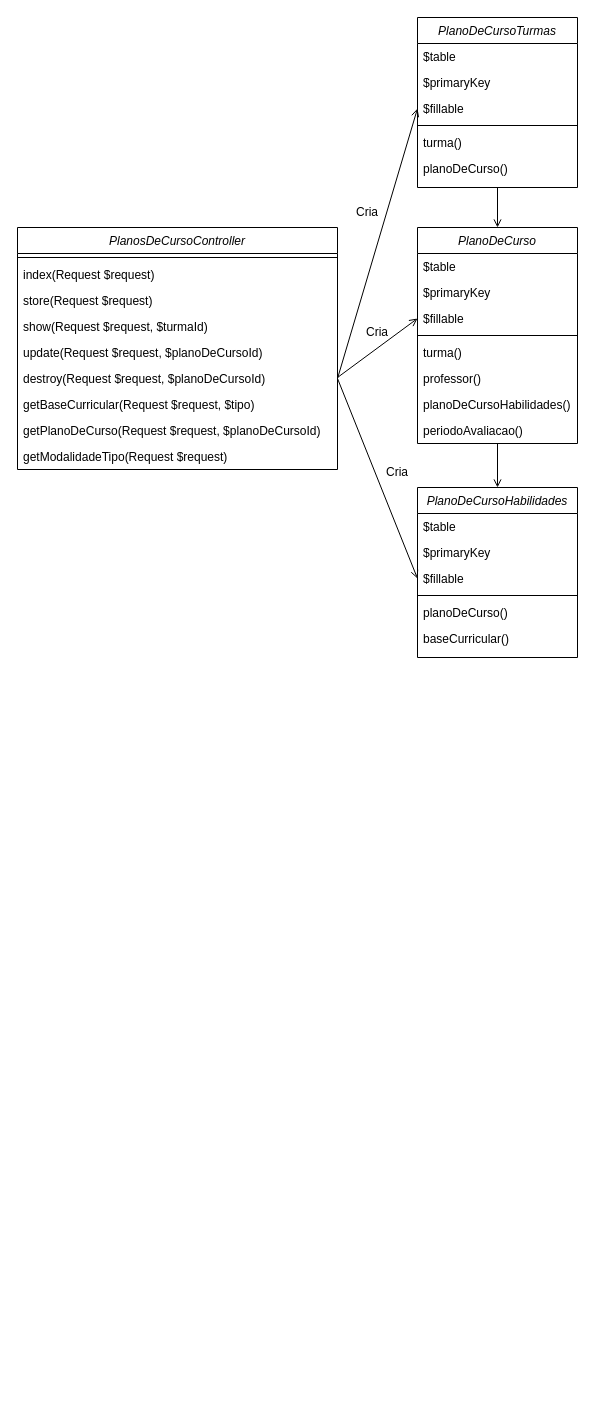
Above: diagrama de classes.drawio in DjalmaANeto/modelagem-planos-de-curso-aula (draw.io), before the change. Source tidied: cells renumbered, new cells numbered last; positions are measured from the earlier drawing's top-left corner, leaving out a move shared by most shapes. Both pictures are drawn from the tidied source at 100%, with x=0, y=0 at pixel (17, 17).
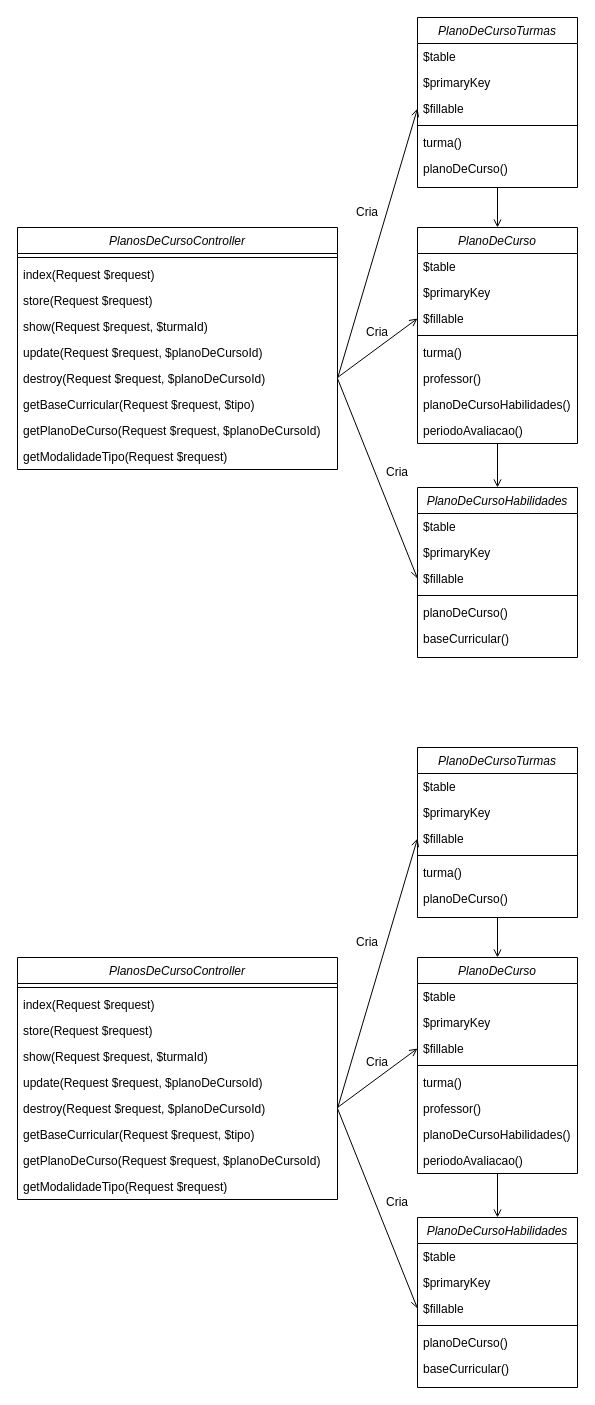
The same page after the edit.

Change to the diagram source:
```diff
@@
+    <mxCell id="43" value="PlanosDeCursoController" style="swimlane;fontStyle=2;align=center;verticalAlign=top;horizontal=1;startSize=26;rounded=0;shadow=0;strokeWidth=1;" parent="1" vertex="1">
+      <mxGeometry y="940" width="320" height="242" as="geometry" />
+    </mxCell>
+    <mxCell id="44" style="line;html=1;strokeWidth=1;align=left;verticalAlign=middle;spacingTop=-1;spacingLeft=3;spacingRight=3;labelPosition=right;" parent="43" vertex="1">
+      <mxGeometry y="26" width="320" height="8" as="geometry" />
+    </mxCell>
+    <mxCell id="45" value="index(Request $request)" style="text;align=left;verticalAlign=top;spacingLeft=4;spacingRight=4;overflow=hidden;" parent="43" vertex="1">
+      <mxGeometry y="34" width="320" height="26" as="geometry" />
+    </mxCell>
+    <mxCell id="46" value="store(Request $request)" style="text;align=left;verticalAlign=top;spacingLeft=4;spacingRight=4;overflow=hidden;" parent="43" vertex="1">
+      <mxGeometry y="60" width="320" height="26" as="geometry" />
+    </mxCell>
+    <mxCell id="47" value="show(Request $request, $turmaId)" style="text;align=left;verticalAlign=top;spacingLeft=4;spacingRight=4;overflow=hidden;" parent="43" vertex="1">
+      <mxGeometry y="86" width="320" height="26" as="geometry" />
+    </mxCell>
+    <mxCell id="48" value="update(Request $request, $planoDeCursoId)" style="text;align=left;verticalAlign=top;spacingLeft=4;spacingRight=4;overflow=hidden;" parent="43" vertex="1">
+      <mxGeometry y="112" width="320" height="26" as="geometry" />
+    </mxCell>
+    <mxCell id="49" value="destroy(Request $request, $planoDeCursoId)" style="text;align=left;verticalAlign=top;spacingLeft=4;spacingRight=4;overflow=hidden;points=[[0,0.5],[1,0.5]];portConstraint=eastwest;" parent="43" vertex="1">
+      <mxGeometry y="138" width="320" height="26" as="geometry" />
+    </mxCell>
+    <mxCell id="50" value="getBaseCurricular(Request $request, $tipo)" style="text;align=left;verticalAlign=top;spacingLeft=4;spacingRight=4;overflow=hidden;" parent="43" vertex="1">
+      <mxGeometry y="164" width="320" height="26" as="geometry" />
+    </mxCell>
+    <mxCell id="51" value="getPlanoDeCurso(Request $request, $planoDeCursoId)" style="text;align=left;verticalAlign=top;spacingLeft=4;spacingRight=4;overflow=hidden;" parent="43" vertex="1">
+      <mxGeometry y="190" width="320" height="26" as="geometry" />
+    </mxCell>
+    <mxCell id="52" value="getModalidadeTipo(Request $request)" style="text;align=left;verticalAlign=top;spacingLeft=4;spacingRight=4;overflow=hidden;" parent="43" vertex="1">
+      <mxGeometry y="216" width="320" height="26" as="geometry" />
+    </mxCell>
+    <mxCell id="53" style="rounded=0;jettySize=auto;html=1;endArrow=open;endFill=0;" parent="1" edge="1" source="54" target="71">
+      <mxGeometry relative="1" as="geometry" />
+    </mxCell>
+    <mxCell id="54" value="PlanoDeCurso" style="swimlane;fontStyle=2;align=center;verticalAlign=top;horizontal=1;startSize=26;rounded=0;shadow=0;strokeWidth=1;" parent="1" vertex="1">
+      <mxGeometry x="400" y="940" width="160" height="216" as="geometry" />
+    </mxCell>
+    <mxCell id="55" value="$table" style="text;align=left;verticalAlign=top;spacingLeft=4;spacingRight=4;overflow=hidden;" parent="54" vertex="1">
+      <mxGeometry y="26" width="160" height="26" as="geometry" />
+    </mxCell>
+    <mxCell id="56" value="$primaryKey" style="text;align=left;verticalAlign=top;spacingLeft=4;spacingRight=4;overflow=hidden;rounded=0;shadow=0;html=0;" parent="54" vertex="1">
+      <mxGeometry y="52" width="160" height="26" as="geometry" />
+    </mxCell>
+    <mxCell id="57" value="$fillable" style="text;align=left;verticalAlign=top;spacingLeft=4;spacingRight=4;overflow=hidden;points=[[0,0.5],[1,0.5]];portConstraint=eastwest;rounded=0;shadow=0;html=0;" parent="54" vertex="1">
+      <mxGeometry y="78" width="160" height="26" as="geometry" />
+    </mxCell>
+    <mxCell id="58" style="line;html=1;strokeWidth=1;align=left;verticalAlign=middle;spacingTop=-1;spacingLeft=3;spacingRight=3;labelPosition=right;" parent="54" vertex="1">
+      <mxGeometry y="104" width="160" height="8" as="geometry" />
+    </mxCell>
+    <mxCell id="59" value="turma()" style="text;align=left;verticalAlign=top;spacingLeft=4;spacingRight=4;overflow=hidden;fontColor=default;" parent="54" vertex="1">
+      <mxGeometry y="112" width="160" height="26" as="geometry" />
+    </mxCell>
+    <mxCell id="60" value="professor()" style="text;align=left;verticalAlign=top;spacingLeft=4;spacingRight=4;overflow=hidden;" parent="54" vertex="1">
+      <mxGeometry y="138" width="160" height="26" as="geometry" />
+    </mxCell>
+    <mxCell id="61" value="planoDeCursoHabilidades()" style="text;align=left;verticalAlign=top;spacingLeft=4;spacingRight=4;overflow=hidden;" parent="54" vertex="1">
+      <mxGeometry y="164" width="160" height="26" as="geometry" />
+    </mxCell>
+    <mxCell id="62" value="periodoAvaliacao()" style="text;align=left;verticalAlign=top;spacingLeft=4;spacingRight=4;overflow=hidden;" parent="54" vertex="1">
+      <mxGeometry y="190" width="160" height="26" as="geometry" />
+    </mxCell>
+    <mxCell id="63" style="rounded=0;jettySize=auto;html=1;entryX=0.5;entryY=0;entryDx=0;entryDy=0;endArrow=open;endFill=0;" parent="1" edge="1" source="64" target="54">
+      <mxGeometry relative="1" as="geometry" />
+    </mxCell>
+    <mxCell id="64" value="PlanoDeCursoTurmas" style="swimlane;fontStyle=2;align=center;verticalAlign=top;horizontal=1;startSize=26;rounded=0;shadow=0;strokeWidth=1;" parent="1" vertex="1">
+      <mxGeometry x="400" y="730" width="160" height="170" as="geometry" />
+    </mxCell>
+    <mxCell id="65" value="$table" style="text;align=left;verticalAlign=top;spacingLeft=4;spacingRight=4;overflow=hidden;" parent="64" vertex="1">
+      <mxGeometry y="26" width="160" height="26" as="geometry" />
+    </mxCell>
+    <mxCell id="66" value="$primaryKey" style="text;align=left;verticalAlign=top;spacingLeft=4;spacingRight=4;overflow=hidden;rounded=0;shadow=0;html=0;" parent="64" vertex="1">
+      <mxGeometry y="52" width="160" height="26" as="geometry" />
+    </mxCell>
+    <mxCell id="67" value="$fillable" style="text;align=left;verticalAlign=top;spacingLeft=4;spacingRight=4;overflow=hidden;points=[[0,0.5],[1,0.5]];portConstraint=eastwest;rounded=0;shadow=0;html=0;" parent="64" vertex="1">
+      <mxGeometry y="78" width="160" height="26" as="geometry" />
+    </mxCell>
+    <mxCell id="68" style="line;html=1;strokeWidth=1;align=left;verticalAlign=middle;spacingTop=-1;spacingLeft=3;spacingRight=3;labelPosition=right;" parent="64" vertex="1">
+      <mxGeometry y="104" width="160" height="8" as="geometry" />
+    </mxCell>
+    <mxCell id="69" value="turma()" style="text;align=left;verticalAlign=top;spacingLeft=4;spacingRight=4;overflow=hidden;fontColor=default;" parent="64" vertex="1">
+      <mxGeometry y="112" width="160" height="26" as="geometry" />
+    </mxCell>
+    <mxCell id="70" value="planoDeCurso()" style="text;align=left;verticalAlign=top;spacingLeft=4;spacingRight=4;overflow=hidden;" parent="64" vertex="1">
+      <mxGeometry y="138" width="160" height="26" as="geometry" />
+    </mxCell>
+    <mxCell id="71" value="PlanoDeCursoHabilidades" style="swimlane;fontStyle=2;align=center;verticalAlign=top;horizontal=1;startSize=26;rounded=0;shadow=0;strokeWidth=1;" parent="1" vertex="1">
+      <mxGeometry x="400" y="1200" width="160" height="170" as="geometry" />
+    </mxCell>
+    <mxCell id="72" value="$table" style="text;align=left;verticalAlign=top;spacingLeft=4;spacingRight=4;overflow=hidden;" parent="71" vertex="1">
+      <mxGeometry y="26" width="160" height="26" as="geometry" />
+    </mxCell>
+    <mxCell id="73" value="$primaryKey" style="text;align=left;verticalAlign=top;spacingLeft=4;spacingRight=4;overflow=hidden;rounded=0;shadow=0;html=0;" parent="71" vertex="1">
+      <mxGeometry y="52" width="160" height="26" as="geometry" />
+    </mxCell>
+    <mxCell id="74" value="$fillable" style="text;align=left;verticalAlign=top;spacingLeft=4;spacingRight=4;overflow=hidden;points=[[0,0.5],[1,0.5]];portConstraint=eastwest;rounded=0;shadow=0;html=0;" parent="71" vertex="1">
+      <mxGeometry y="78" width="160" height="26" as="geometry" />
+    </mxCell>
+    <mxCell id="75" style="line;html=1;strokeWidth=1;align=left;verticalAlign=middle;spacingTop=-1;spacingLeft=3;spacingRight=3;labelPosition=right;" parent="71" vertex="1">
+      <mxGeometry y="104" width="160" height="8" as="geometry" />
+    </mxCell>
+    <mxCell id="76" value="planoDeCurso()" style="text;align=left;verticalAlign=top;spacingLeft=4;spacingRight=4;overflow=hidden;fontColor=default;" parent="71" vertex="1">
+      <mxGeometry y="112" width="160" height="26" as="geometry" />
+    </mxCell>
+    <mxCell id="77" value="baseCurricular()" style="text;align=left;verticalAlign=top;spacingLeft=4;spacingRight=4;overflow=hidden;" parent="71" vertex="1">
+      <mxGeometry y="138" width="160" height="26" as="geometry" />
+    </mxCell>
+    <mxCell id="78" style="rounded=0;jettySize=auto;html=1;entryX=0;entryY=0.5;entryDx=0;entryDy=0;endArrow=open;endFill=0;exitX=1;exitY=0.5;exitDx=0;exitDy=0;" parent="1" edge="1" source="49" target="67">
+      <mxGeometry relative="1" as="geometry" />
+    </mxCell>
+    <mxCell id="79" style="rounded=0;jettySize=auto;html=1;entryX=0;entryY=0.5;entryDx=0;entryDy=0;endArrow=open;endFill=0;" parent="1" edge="1" target="57">
+      <mxGeometry relative="1" as="geometry">
+        <mxPoint x="320" y="1090" as="sourcePoint" />
+      </mxGeometry>
+    </mxCell>
+    <mxCell id="80" style="rounded=0;jettySize=auto;html=1;entryX=0;entryY=0.5;entryDx=0;entryDy=0;endArrow=open;endFill=0;" parent="1" edge="1" target="74">
+      <mxGeometry relative="1" as="geometry">
+        <mxPoint x="320" y="1091" as="sourcePoint" />
+      </mxGeometry>
+    </mxCell>
+    <mxCell id="81" value="Cria" style="text;html=1;strokeColor=none;fillColor=none;align=center;verticalAlign=middle;whiteSpace=wrap;rounded=0;" parent="1" vertex="1">
+      <mxGeometry x="320" y="910" width="60" height="30" as="geometry" />
+    </mxCell>
+    <mxCell id="82" value="Cria" style="text;html=1;strokeColor=none;fillColor=none;align=center;verticalAlign=middle;whiteSpace=wrap;rounded=0;" parent="1" vertex="1">
+      <mxGeometry x="350" y="1170" width="60" height="30" as="geometry" />
+    </mxCell>
+    <mxCell id="83" value="Cria" style="text;html=1;strokeColor=none;fillColor=none;align=center;verticalAlign=middle;whiteSpace=wrap;rounded=0;" parent="1" vertex="1">
+      <mxGeometry x="330" y="1030" width="60" height="30" as="geometry" />
+    </mxCell>
```
